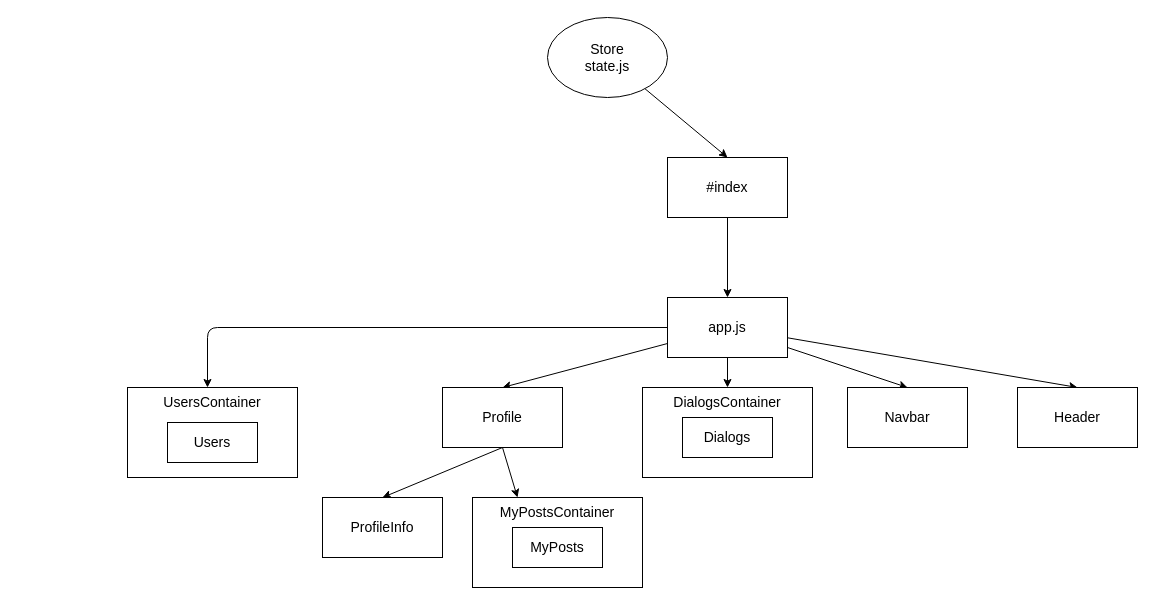
Above: projectDiagram.dio in MadNake/ReactTest (draw.io), before the change. Source tidied: cells renumbered, new cells numbered last; positions are measured from the earlier drawing's top-left corner, leaving out a move shared by most shapes. Both pictures are drawn from the tidied source at 100%, with x=0, y=0 at pixel (127, 17).
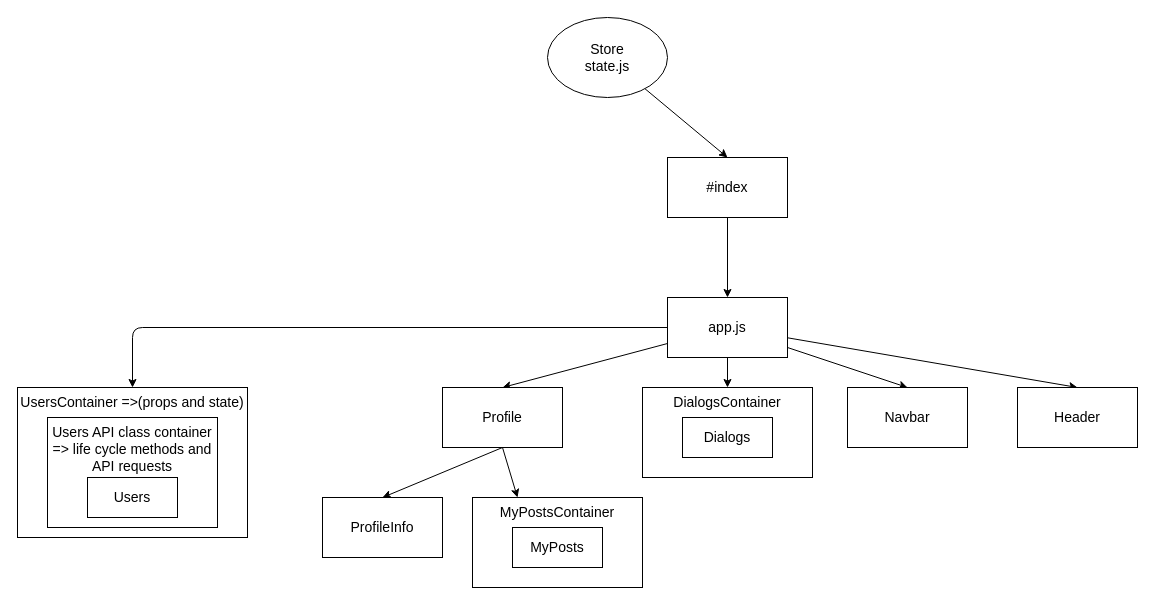
The same page after the edit.

Commit message (it also covers changes not shown here):
users component refactoring

The change refers to these unchanged cells:
```xml
<mxCell id="9" value="app.js&lt;br style=&quot;font-size: 14px;&quot;&gt;" style="whiteSpace=wrap;html=1;rounded=0;gradientColor=none;fontSize=14;" parent="1" vertex="1">
  <mxGeometry x="540" y="280" width="120" height="60" as="geometry" />
</mxCell>
```

What changed in the source:
```diff
@@
-    <mxCell id="8" style="edgeStyle=none;html=1;" parent="1" edge="1" source="9">
+    <mxCell id="8" style="edgeStyle=none;html=1;entryX=0.5;entryY=0;entryDx=0;entryDy=0;" parent="1" edge="1" source="9" target="22">
       <mxGeometry relative="1" as="geometry">
-        <mxPoint x="80" y="370" as="targetPoint" />
         <Array as="points">
-          <mxPoint x="80" y="310" />
+          <mxPoint x="5" y="310" />
         </Array>
       </mxGeometry>
     </mxCell>
@@
-    <mxCell id="22" value="UsersContainer" style="whiteSpace=wrap;html=1;rounded=0;gradientColor=none;verticalAlign=top;fontSize=14;" parent="1" vertex="1">
-      <mxGeometry y="370" width="170" height="90" as="geometry" />
+    <mxCell id="22" value="UsersContainer =&amp;gt;(props and state)" style="whiteSpace=wrap;html=1;rounded=0;gradientColor=none;verticalAlign=top;fontSize=14;" parent="1" vertex="1">
+      <mxGeometry x="-110" y="370" width="230" height="150" as="geometry" />
     </mxCell>
+    <mxCell id="24" value="Users API class container =&amp;gt; life cycle methods and API requests" style="rounded=0;whiteSpace=wrap;html=1;fontSize=14;align=center;verticalAlign=top;" parent="1" vertex="1">
+      <mxGeometry x="-80" y="400" width="170" height="110" as="geometry" />
+    </mxCell>
     <mxCell id="23" value="Users" style="rounded=0;whiteSpace=wrap;html=1;fontSize=14;" parent="1" vertex="1">
-      <mxGeometry x="40" y="405" width="90" height="40" as="geometry" />
+      <mxGeometry x="-40" y="460" width="90" height="40" as="geometry" />
     </mxCell>
```
